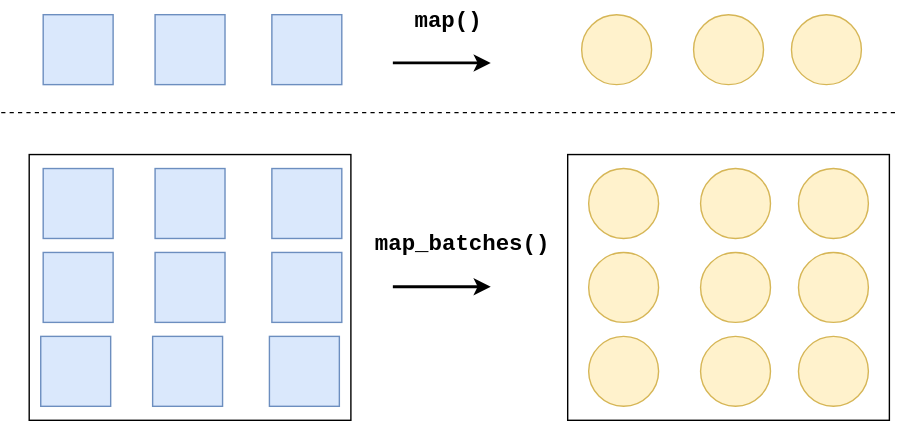
The draw.io diagram img/ch-ray-data/map-map-batches.svg in godaai/scale-py-zh, before a commit. Source tidied: cells renumbered, new cells last; positions are measured from the earlier drawing's top-left corner, leaving out a move shared by most shapes.
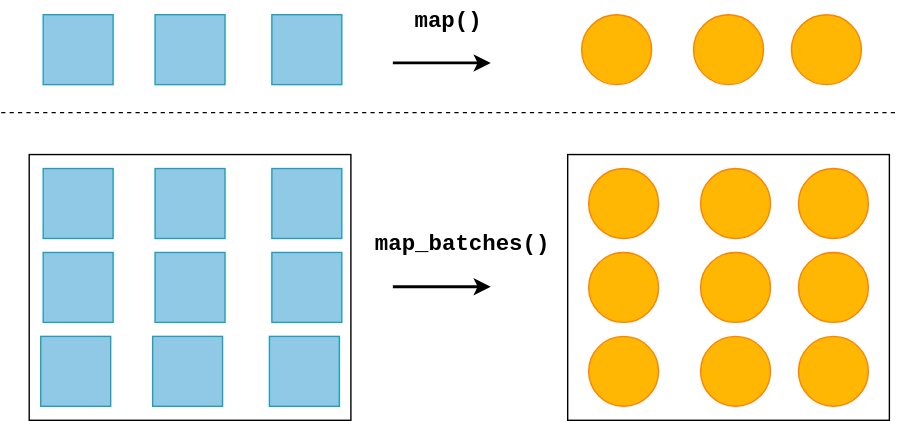
Above is the later version.

What changed in the source:
```diff
@@ -8,13 +8,13 @@
     <mxCell id="3" style="rounded=0;whiteSpace=wrap;html=1;fontFamily=Courier New;fontSize=16;fillColor=none;" parent="1" vertex="1">
       <mxGeometry x="20" y="110" width="230" height="190" as="geometry" />
     </mxCell>
-    <mxCell id="4" style="whiteSpace=wrap;html=1;fillColor=#dae8fc;strokeColor=#6c8ebf;" parent="1" vertex="1">
+    <mxCell id="4" style="whiteSpace=wrap;html=1;fillColor=#90C9E6;strokeColor=#219EBC;" parent="1" vertex="1">
       <mxGeometry x="30" y="10" width="50" height="50" as="geometry" />
     </mxCell>
-    <mxCell id="5" style="whiteSpace=wrap;html=1;fillColor=#dae8fc;strokeColor=#6c8ebf;" parent="1" vertex="1">
+    <mxCell id="5" style="whiteSpace=wrap;html=1;fillColor=#90C9E6;strokeColor=#219EBC;" parent="1" vertex="1">
       <mxGeometry x="110" y="10" width="50" height="50" as="geometry" />
     </mxCell>
-    <mxCell id="6" style="whiteSpace=wrap;html=1;fillColor=#dae8fc;strokeColor=#6c8ebf;" parent="1" vertex="1">
+    <mxCell id="6" style="whiteSpace=wrap;html=1;fillColor=#90C9E6;strokeColor=#219EBC;" parent="1" vertex="1">
       <mxGeometry x="193.5" y="10" width="50" height="50" as="geometry" />
     </mxCell>
     <mxCell id="7" style="endArrow=classic;html=1;rounded=0;strokeWidth=2;" parent="1" edge="1">
@@ -26,22 +26,22 @@
     <mxCell id="8" value="&lt;font face=&quot;Courier New&quot; style=&quot;font-size: 16px;&quot;&gt;&lt;b&gt;map()&lt;/b&gt;&lt;/font&gt;" style="text;html=1;strokeColor=none;fillColor=none;align=center;verticalAlign=middle;whiteSpace=wrap;rounded=0;" parent="1" vertex="1">
       <mxGeometry x="290" width="60" height="30" as="geometry" />
     </mxCell>
-    <mxCell id="9" style="ellipse;whiteSpace=wrap;html=1;fontFamily=Courier New;fontSize=16;fillColor=#fff2cc;strokeColor=#d6b656;" parent="1" vertex="1">
+    <mxCell id="9" style="ellipse;whiteSpace=wrap;html=1;fontFamily=Courier New;fontSize=16;fillColor=#FFB703;strokeColor=#FB8402;" parent="1" vertex="1">
       <mxGeometry x="415" y="10" width="50" height="50" as="geometry" />
     </mxCell>
-    <mxCell id="10" style="ellipse;whiteSpace=wrap;html=1;fontFamily=Courier New;fontSize=16;fillColor=#fff2cc;strokeColor=#d6b656;" parent="1" vertex="1">
+    <mxCell id="10" style="ellipse;whiteSpace=wrap;html=1;fontFamily=Courier New;fontSize=16;fillColor=#FFB703;strokeColor=#FB8402;" parent="1" vertex="1">
       <mxGeometry x="495" y="10" width="50" height="50" as="geometry" />
     </mxCell>
-    <mxCell id="11" style="ellipse;whiteSpace=wrap;html=1;fontFamily=Courier New;fontSize=16;fillColor=#fff2cc;strokeColor=#d6b656;" parent="1" vertex="1">
+    <mxCell id="11" style="ellipse;whiteSpace=wrap;html=1;fontFamily=Courier New;fontSize=16;fillColor=#FFB703;strokeColor=#FB8402;" parent="1" vertex="1">
       <mxGeometry x="565" y="10" width="50" height="50" as="geometry" />
     </mxCell>
-    <mxCell id="12" style="whiteSpace=wrap;html=1;fillColor=#dae8fc;strokeColor=#6c8ebf;" parent="1" vertex="1">
+    <mxCell id="12" style="whiteSpace=wrap;html=1;fillColor=#90C9E6;strokeColor=#219EBC;" parent="1" vertex="1">
       <mxGeometry x="30" y="120" width="50" height="50" as="geometry" />
     </mxCell>
-    <mxCell id="13" style="whiteSpace=wrap;html=1;fillColor=#dae8fc;strokeColor=#6c8ebf;" parent="1" vertex="1">
+    <mxCell id="13" style="whiteSpace=wrap;html=1;fillColor=#90C9E6;strokeColor=#219EBC;" parent="1" vertex="1">
       <mxGeometry x="110" y="120" width="50" height="50" as="geometry" />
     </mxCell>
-    <mxCell id="14" style="whiteSpace=wrap;html=1;fillColor=#dae8fc;strokeColor=#6c8ebf;" parent="1" vertex="1">
+    <mxCell id="14" style="whiteSpace=wrap;html=1;fillColor=#90C9E6;strokeColor=#219EBC;" parent="1" vertex="1">
       <mxGeometry x="193.5" y="120" width="50" height="50" as="geometry" />
     </mxCell>
     <mxCell id="15" style="endArrow=classic;html=1;rounded=0;strokeWidth=2;" parent="1" edge="1">
@@ -53,49 +53,49 @@
     <mxCell id="16" value="&lt;font face=&quot;Courier New&quot; style=&quot;font-size: 16px;&quot;&gt;&lt;b&gt;map_batches()&lt;/b&gt;&lt;/font&gt;" style="text;html=1;strokeColor=none;fillColor=none;align=center;verticalAlign=middle;whiteSpace=wrap;rounded=0;" parent="1" vertex="1">
       <mxGeometry x="300" y="160" width="60" height="30" as="geometry" />
     </mxCell>
-    <mxCell id="17" style="ellipse;whiteSpace=wrap;html=1;fontFamily=Courier New;fontSize=16;fillColor=#fff2cc;strokeColor=#d6b656;" parent="1" vertex="1">
+    <mxCell id="17" style="ellipse;whiteSpace=wrap;html=1;fontFamily=Courier New;fontSize=16;fillColor=#FFB703;strokeColor=#FB8402;" parent="1" vertex="1">
       <mxGeometry x="420" y="120" width="50" height="50" as="geometry" />
     </mxCell>
-    <mxCell id="18" style="ellipse;whiteSpace=wrap;html=1;fontFamily=Courier New;fontSize=16;fillColor=#fff2cc;strokeColor=#d6b656;" parent="1" vertex="1">
+    <mxCell id="18" style="ellipse;whiteSpace=wrap;html=1;fontFamily=Courier New;fontSize=16;fillColor=#FFB703;strokeColor=#FB8402;" parent="1" vertex="1">
       <mxGeometry x="500" y="120" width="50" height="50" as="geometry" />
     </mxCell>
-    <mxCell id="19" style="ellipse;whiteSpace=wrap;html=1;fontFamily=Courier New;fontSize=16;fillColor=#fff2cc;strokeColor=#d6b656;" parent="1" vertex="1">
+    <mxCell id="19" style="ellipse;whiteSpace=wrap;html=1;fontFamily=Courier New;fontSize=16;fillColor=#FFB703;strokeColor=#FB8402;" parent="1" vertex="1">
       <mxGeometry x="570" y="120" width="50" height="50" as="geometry" />
     </mxCell>
-    <mxCell id="20" style="whiteSpace=wrap;html=1;fillColor=#dae8fc;strokeColor=#6c8ebf;" parent="1" vertex="1">
+    <mxCell id="20" style="whiteSpace=wrap;html=1;fillColor=#90C9E6;strokeColor=#219EBC;" parent="1" vertex="1">
       <mxGeometry x="30" y="180" width="50" height="50" as="geometry" />
     </mxCell>
-    <mxCell id="21" style="whiteSpace=wrap;html=1;fillColor=#dae8fc;strokeColor=#6c8ebf;" parent="1" vertex="1">
+    <mxCell id="21" style="whiteSpace=wrap;html=1;fillColor=#90C9E6;strokeColor=#219EBC;" parent="1" vertex="1">
       <mxGeometry x="110" y="180" width="50" height="50" as="geometry" />
     </mxCell>
-    <mxCell id="22" style="whiteSpace=wrap;html=1;fillColor=#dae8fc;strokeColor=#6c8ebf;" parent="1" vertex="1">
+    <mxCell id="22" style="whiteSpace=wrap;html=1;fillColor=#90C9E6;strokeColor=#219EBC;" parent="1" vertex="1">
       <mxGeometry x="193.5" y="180" width="50" height="50" as="geometry" />
     </mxCell>
-    <mxCell id="23" style="whiteSpace=wrap;html=1;fillColor=#dae8fc;strokeColor=#6c8ebf;" parent="1" vertex="1">
+    <mxCell id="23" style="whiteSpace=wrap;html=1;fillColor=#90C9E6;strokeColor=#219EBC;" parent="1" vertex="1">
       <mxGeometry x="28.2" y="240" width="50" height="50" as="geometry" />
     </mxCell>
-    <mxCell id="24" style="whiteSpace=wrap;html=1;fillColor=#dae8fc;strokeColor=#6c8ebf;" parent="1" vertex="1">
+    <mxCell id="24" style="whiteSpace=wrap;html=1;fillColor=#90C9E6;strokeColor=#219EBC;" parent="1" vertex="1">
       <mxGeometry x="108.2" y="240" width="50" height="50" as="geometry" />
     </mxCell>
-    <mxCell id="25" style="whiteSpace=wrap;html=1;fillColor=#dae8fc;strokeColor=#6c8ebf;" parent="1" vertex="1">
+    <mxCell id="25" style="whiteSpace=wrap;html=1;fillColor=#90C9E6;strokeColor=#219EBC;" parent="1" vertex="1">
       <mxGeometry x="191.8" y="240" width="50" height="50" as="geometry" />
     </mxCell>
-    <mxCell id="26" style="ellipse;whiteSpace=wrap;html=1;fontFamily=Courier New;fontSize=16;fillColor=#fff2cc;strokeColor=#d6b656;" parent="1" vertex="1">
+    <mxCell id="26" style="ellipse;whiteSpace=wrap;html=1;fontFamily=Courier New;fontSize=16;fillColor=#FFB703;strokeColor=#FB8402;" parent="1" vertex="1">
       <mxGeometry x="420" y="180" width="50" height="50" as="geometry" />
     </mxCell>
-    <mxCell id="27" style="ellipse;whiteSpace=wrap;html=1;fontFamily=Courier New;fontSize=16;fillColor=#fff2cc;strokeColor=#d6b656;" parent="1" vertex="1">
+    <mxCell id="27" style="ellipse;whiteSpace=wrap;html=1;fontFamily=Courier New;fontSize=16;fillColor=#FFB703;strokeColor=#FB8402;" parent="1" vertex="1">
       <mxGeometry x="500" y="180" width="50" height="50" as="geometry" />
     </mxCell>
-    <mxCell id="28" style="ellipse;whiteSpace=wrap;html=1;fontFamily=Courier New;fontSize=16;fillColor=#fff2cc;strokeColor=#d6b656;" parent="1" vertex="1">
+    <mxCell id="28" style="ellipse;whiteSpace=wrap;html=1;fontFamily=Courier New;fontSize=16;fillColor=#FFB703;strokeColor=#FB8402;" parent="1" vertex="1">
       <mxGeometry x="570" y="180" width="50" height="50" as="geometry" />
     </mxCell>
-    <mxCell id="29" style="ellipse;whiteSpace=wrap;html=1;fontFamily=Courier New;fontSize=16;fillColor=#fff2cc;strokeColor=#d6b656;" parent="1" vertex="1">
+    <mxCell id="29" style="ellipse;whiteSpace=wrap;html=1;fontFamily=Courier New;fontSize=16;fillColor=#FFB703;strokeColor=#FB8402;" parent="1" vertex="1">
       <mxGeometry x="420" y="240" width="50" height="50" as="geometry" />
     </mxCell>
-    <mxCell id="30" style="ellipse;whiteSpace=wrap;html=1;fontFamily=Courier New;fontSize=16;fillColor=#fff2cc;strokeColor=#d6b656;" parent="1" vertex="1">
+    <mxCell id="30" style="ellipse;whiteSpace=wrap;html=1;fontFamily=Courier New;fontSize=16;fillColor=#FFB703;strokeColor=#FB8402;" parent="1" vertex="1">
       <mxGeometry x="500" y="240" width="50" height="50" as="geometry" />
     </mxCell>
-    <mxCell id="31" style="ellipse;whiteSpace=wrap;html=1;fontFamily=Courier New;fontSize=16;fillColor=#fff2cc;strokeColor=#d6b656;" parent="1" vertex="1">
+    <mxCell id="31" style="ellipse;whiteSpace=wrap;html=1;fontFamily=Courier New;fontSize=16;fillColor=#FFB703;strokeColor=#FB8402;" parent="1" vertex="1">
       <mxGeometry x="570" y="240" width="50" height="50" as="geometry" />
     </mxCell>
     <mxCell id="32" style="endArrow=none;dashed=1;html=1;rounded=0;fontFamily=Courier New;fontSize=16;" parent="1" edge="1">
```
